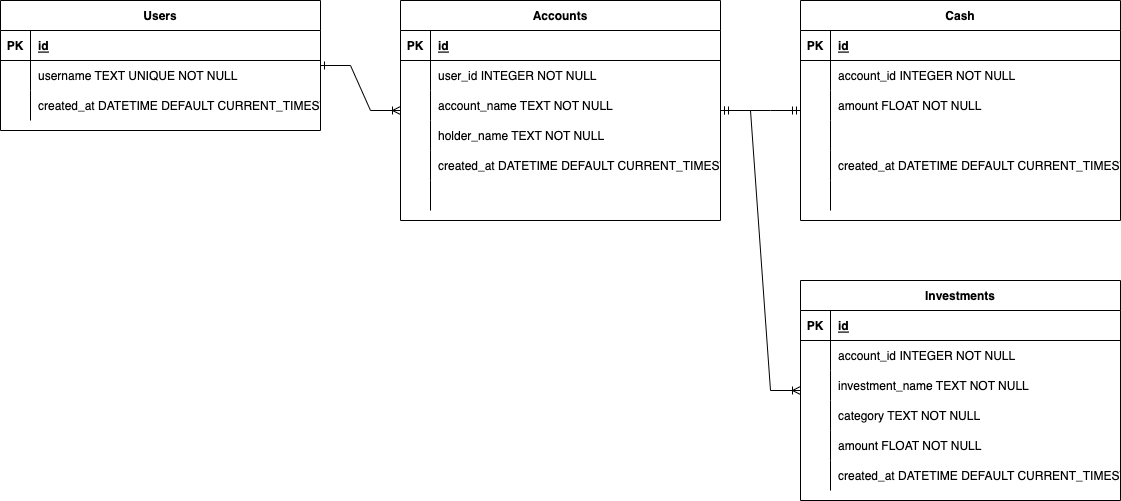
The draw.io diagram dataflow/sql_schema.png in ChingEnLin/HoGiahLang, before a commit. Source tidied: cells renumbered, new cells last; positions are measured from the earlier drawing's top-left corner, leaving out a move shared by most shapes.
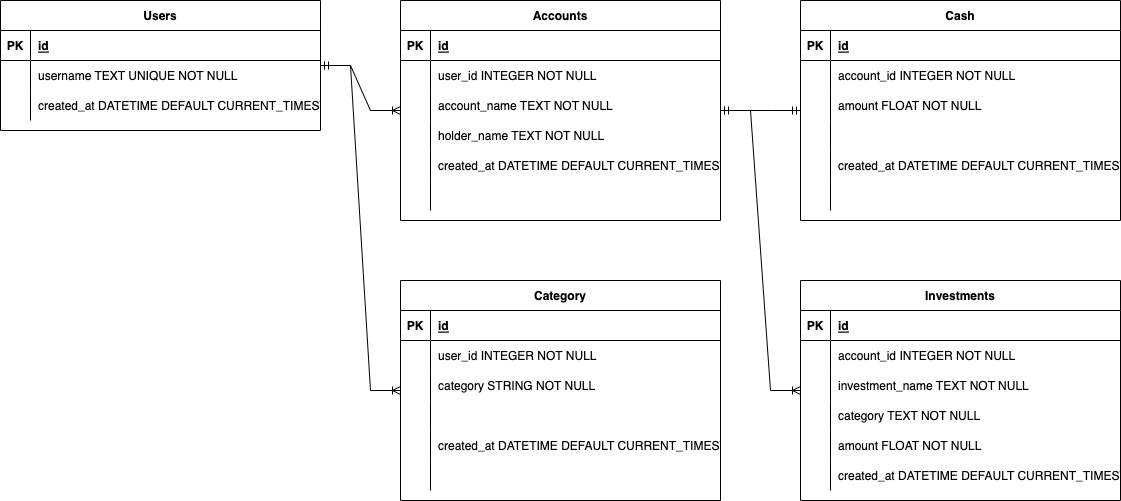
After the change.

Diff of the diagram source:
```diff
@@ -212,5 +212,65 @@
     <mxCell id="71" style="edgeStyle=entityRelationEdgeStyle;fontSize=12;html=1;endArrow=ERoneToMany;rounded=0;startArrow=ERone;startFill=0;" parent="1" edge="1" source="12" target="50">
       <mxGeometry relative="1" as="geometry" />
     </mxCell>
+    <mxCell id="72" value="Category" style="shape=table;startSize=30;rowLines=0;fontStyle=1;align=center;" parent="1" vertex="1">
+      <mxGeometry x="400" y="280" width="320" height="220" as="geometry" />
+    </mxCell>
+    <mxCell id="73" style="shape=tableRow;horizontal=0;startSize=0;swimlaneHead=0;swimlaneBody=0;fillColor=none;top=0;left=0;right=0;bottom=1;" parent="72" vertex="1">
+      <mxGeometry y="30" width="320" height="30" as="geometry" />
+    </mxCell>
+    <mxCell id="74" value="PK" style="shape=partialRectangle;overflow=hidden;fillColor=none;top=0;left=0;bottom=0;right=0;fontStyle=1;" parent="73" vertex="1">
+      <mxGeometry width="30" height="30" as="geometry" />
+    </mxCell>
+    <mxCell id="75" value="id" style="shape=partialRectangle;overflow=hidden;fillColor=none;align=left;top=0;left=0;bottom=0;right=0;spacingLeft=6;fontStyle=5;" parent="73" vertex="1">
+      <mxGeometry x="30" width="290" height="30" as="geometry" />
+    </mxCell>
+    <mxCell id="76" style="shape=tableRow;horizontal=0;startSize=0;swimlaneHead=0;swimlaneBody=0;fillColor=none;top=0;left=0;right=0;bottom=0;" parent="72" vertex="1">
+      <mxGeometry y="60" width="320" height="30" as="geometry" />
+    </mxCell>
+    <mxCell id="77" style="shape=partialRectangle;overflow=hidden;fillColor=none;top=0;left=0;bottom=0;right=0;" parent="76" vertex="1">
+      <mxGeometry width="30" height="30" as="geometry" />
+    </mxCell>
+    <mxCell id="78" value="user_id INTEGER NOT NULL" style="shape=partialRectangle;overflow=hidden;fillColor=none;align=left;top=0;left=0;bottom=0;right=0;spacingLeft=6;" parent="76" vertex="1">
+      <mxGeometry x="30" width="290" height="30" as="geometry" />
+    </mxCell>
+    <mxCell id="79" style="shape=tableRow;horizontal=0;startSize=0;swimlaneHead=0;swimlaneBody=0;fillColor=none;top=0;left=0;right=0;bottom=0;" parent="72" vertex="1">
+      <mxGeometry y="90" width="320" height="30" as="geometry" />
+    </mxCell>
+    <mxCell id="80" style="shape=partialRectangle;overflow=hidden;fillColor=none;top=0;left=0;bottom=0;right=0;" parent="79" vertex="1">
+      <mxGeometry width="30" height="30" as="geometry" />
+    </mxCell>
+    <mxCell id="81" value="category STRING NOT NULL" style="shape=partialRectangle;overflow=hidden;fillColor=none;align=left;top=0;left=0;bottom=0;right=0;spacingLeft=6;" parent="79" vertex="1">
+      <mxGeometry x="30" width="290" height="30" as="geometry" />
+    </mxCell>
+    <mxCell id="82" style="shape=tableRow;horizontal=0;startSize=0;swimlaneHead=0;swimlaneBody=0;fillColor=none;top=0;left=0;right=0;bottom=0;" parent="72" vertex="1">
+      <mxGeometry y="120" width="320" height="30" as="geometry" />
+    </mxCell>
+    <mxCell id="83" style="shape=partialRectangle;overflow=hidden;fillColor=none;top=0;left=0;bottom=0;right=0;" parent="82" vertex="1">
+      <mxGeometry width="30" height="30" as="geometry" />
+    </mxCell>
+    <mxCell id="84" style="shape=partialRectangle;overflow=hidden;fillColor=none;align=left;top=0;left=0;bottom=0;right=0;spacingLeft=6;" parent="82" vertex="1">
+      <mxGeometry x="30" width="290" height="30" as="geometry" />
+    </mxCell>
+    <mxCell id="85" style="shape=tableRow;horizontal=0;startSize=0;swimlaneHead=0;swimlaneBody=0;fillColor=none;top=0;left=0;right=0;bottom=0;" parent="72" vertex="1">
+      <mxGeometry y="150" width="320" height="30" as="geometry" />
+    </mxCell>
+    <mxCell id="86" style="shape=partialRectangle;overflow=hidden;fillColor=none;top=0;left=0;bottom=0;right=0;" parent="85" vertex="1">
+      <mxGeometry width="30" height="30" as="geometry" />
+    </mxCell>
+    <mxCell id="87" value="created_at DATETIME DEFAULT CURRENT_TIMESTAMP" style="shape=partialRectangle;overflow=hidden;fillColor=none;align=left;top=0;left=0;bottom=0;right=0;spacingLeft=6;" parent="85" vertex="1">
+      <mxGeometry x="30" width="290" height="30" as="geometry" />
+    </mxCell>
+    <mxCell id="88" style="shape=tableRow;horizontal=0;startSize=0;swimlaneHead=0;swimlaneBody=0;fillColor=none;top=0;left=0;right=0;bottom=0;" parent="72" vertex="1">
+      <mxGeometry y="180" width="320" height="30" as="geometry" />
+    </mxCell>
+    <mxCell id="89" style="shape=partialRectangle;overflow=hidden;fillColor=none;top=0;left=0;bottom=0;right=0;" parent="88" vertex="1">
+      <mxGeometry width="30" height="30" as="geometry" />
+    </mxCell>
+    <mxCell id="90" style="shape=partialRectangle;overflow=hidden;fillColor=none;align=left;top=0;left=0;bottom=0;right=0;spacingLeft=6;" parent="88" vertex="1">
+      <mxGeometry x="30" width="290" height="30" as="geometry" />
+    </mxCell>
+    <mxCell id="91" style="edgeStyle=entityRelationEdgeStyle;fontSize=12;html=1;endArrow=ERoneToMany;startArrow=ERmandOne;rounded=0;endFill=0;" parent="1" edge="1" source="2" target="72">
+      <mxGeometry relative="1" as="geometry" />
+    </mxCell>
   </root>
 </mxGraphModel>
```
